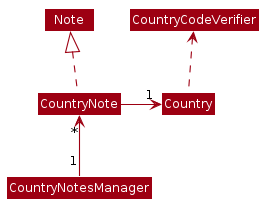
Above: docs/images/CountryClass.png in tankangliang/tp (PlantUML), before the change.
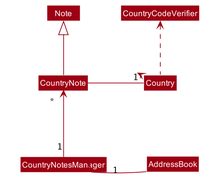
After the commit.

Commit message:
Update country class diag

What changed in the source:
```diff
@@ -56,10 +56,12 @@
 Class CountryCodeVerifier
 Class Note
 Class CountryNote
+Class AddressBook
 
-CountryNote .up.|> Note
+CountryNote -up-|> Note
 CountryNote -r-> "1" Country
 CountryNotesManager "1" -up-> "*" CountryNote
 Country .up.> CountryCodeVerifier
+AddressBook -left-> "1" CountryNotesManager
 
 @enduml
```
